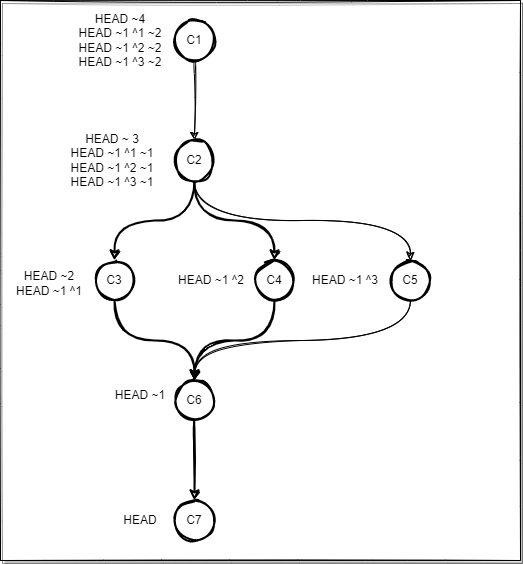
braboj/tutorial-git keeps this draw.io diagram as Assets/images/git-selectors.png. Above is the earlier version. Source tidied: cells renumbered, new cells last; positions are measured from the earlier drawing's top-left corner, leaving out a move shared by most shapes. Its diagram source:
```xml
<mxGraphModel>
  <root>
    <mxCell id="0" />
    <mxCell id="1" parent="0" />
    <mxCell id="2" style="whiteSpace=wrap;html=1;shadow=1;fillStyle=auto;sketch=1;" parent="1" vertex="1">
      <mxGeometry width="520" height="560" as="geometry" />
    </mxCell>
    <mxCell id="3" style="edgeStyle=orthogonalEdgeStyle;jettySize=auto;html=1;exitX=0.5;exitY=1;exitDx=0;exitDy=0;sketch=1;curved=1;" parent="1" edge="1" source="15" target="7">
      <mxGeometry relative="1" as="geometry" />
    </mxCell>
    <mxCell id="4" style="edgeStyle=orthogonalEdgeStyle;jettySize=auto;html=1;exitX=0.5;exitY=1;exitDx=0;exitDy=0;entryX=0.5;entryY=0;entryDx=0;entryDy=0;strokeWidth=2;sketch=1;curved=1;" parent="1" edge="1" source="7" target="11">
      <mxGeometry relative="1" as="geometry" />
    </mxCell>
    <mxCell id="5" style="edgeStyle=orthogonalEdgeStyle;jettySize=auto;html=1;entryX=0.5;entryY=0;entryDx=0;entryDy=0;exitX=0.5;exitY=1;exitDx=0;exitDy=0;strokeWidth=2;sketch=1;curved=1;" parent="1" edge="1" source="7" target="9">
      <mxGeometry relative="1" as="geometry" />
    </mxCell>
    <mxCell id="6" style="edgeStyle=orthogonalEdgeStyle;jettySize=auto;html=1;entryX=0.5;entryY=0;entryDx=0;entryDy=0;exitX=0.5;exitY=1;exitDx=0;exitDy=0;sketch=1;curved=1;" parent="1" edge="1" source="7" target="23">
      <mxGeometry relative="1" as="geometry" />
    </mxCell>
    <mxCell id="7" value="C2" style="ellipse;whiteSpace=wrap;html=1;strokeWidth=2;shadow=0;sketch=1;" parent="1" vertex="1">
      <mxGeometry x="174" y="140" width="40" height="40" as="geometry" />
    </mxCell>
    <mxCell id="8" style="edgeStyle=orthogonalEdgeStyle;jettySize=auto;html=1;exitX=0.5;exitY=1;exitDx=0;exitDy=0;strokeWidth=2;sketch=1;curved=1;" parent="1" edge="1" source="9" target="13">
      <mxGeometry relative="1" as="geometry" />
    </mxCell>
    <mxCell id="9" value="C3" style="ellipse;whiteSpace=wrap;html=1;strokeWidth=2;sketch=1;" parent="1" vertex="1">
      <mxGeometry x="94" y="260" width="40" height="40" as="geometry" />
    </mxCell>
    <mxCell id="10" style="edgeStyle=orthogonalEdgeStyle;jettySize=auto;html=1;exitX=0.5;exitY=1;exitDx=0;exitDy=0;strokeWidth=2;sketch=1;curved=1;" parent="1" edge="1" source="11">
      <mxGeometry relative="1" as="geometry">
        <mxPoint x="194" y="380" as="targetPoint" />
      </mxGeometry>
    </mxCell>
    <mxCell id="11" value="C4" style="ellipse;whiteSpace=wrap;html=1;strokeWidth=2;sketch=1;" parent="1" vertex="1">
      <mxGeometry x="254" y="260" width="40" height="40" as="geometry" />
    </mxCell>
    <mxCell id="12" style="edgeStyle=orthogonalEdgeStyle;jettySize=auto;html=1;strokeWidth=2;sketch=1;curved=1;" parent="1" edge="1" source="13" target="14">
      <mxGeometry relative="1" as="geometry" />
    </mxCell>
    <mxCell id="13" value="C6" style="ellipse;whiteSpace=wrap;html=1;strokeWidth=2;sketch=1;" parent="1" vertex="1">
      <mxGeometry x="174" y="380" width="40" height="40" as="geometry" />
    </mxCell>
    <mxCell id="14" value="C7" style="ellipse;whiteSpace=wrap;html=1;strokeWidth=2;sketch=1;" parent="1" vertex="1">
      <mxGeometry x="174" y="500" width="40" height="40" as="geometry" />
    </mxCell>
    <mxCell id="15" value="C1" style="ellipse;whiteSpace=wrap;html=1;strokeWidth=2;shadow=0;sketch=1;" parent="1" vertex="1">
      <mxGeometry x="174" y="20" width="40" height="40" as="geometry" />
    </mxCell>
    <mxCell id="16" value="HEAD" style="text;html=1;strokeColor=none;fillColor=none;align=center;verticalAlign=middle;whiteSpace=wrap;sketch=1;" parent="1" vertex="1">
      <mxGeometry x="110" y="505" width="60" height="30" as="geometry" />
    </mxCell>
    <mxCell id="17" value="HEAD ~1" style="text;html=1;strokeColor=none;fillColor=none;align=center;verticalAlign=middle;whiteSpace=wrap;sketch=1;" parent="1" vertex="1">
      <mxGeometry x="110" y="380" width="60" height="30" as="geometry" />
    </mxCell>
    <mxCell id="18" value="HEAD ~2&lt;br&gt;HEAD ~1 ^1" style="text;html=1;strokeColor=none;fillColor=none;align=center;verticalAlign=middle;whiteSpace=wrap;sketch=1;" parent="1" vertex="1">
      <mxGeometry x="4" y="265" width="90" height="35" as="geometry" />
    </mxCell>
    <mxCell id="19" value="HEAD ~1 ^2" style="text;html=1;strokeColor=none;fillColor=none;align=center;verticalAlign=middle;whiteSpace=wrap;sketch=1;" parent="1" vertex="1">
      <mxGeometry x="174" y="265" width="74" height="30" as="geometry" />
    </mxCell>
    <mxCell id="20" value="HEAD ~ 3&lt;br&gt;HEAD ~1 ^1 ~1&lt;br&gt;HEAD ~1 ^2 ~1&lt;br&gt;HEAD ~1 ^3 ~1" style="text;html=1;strokeColor=none;fillColor=none;align=center;verticalAlign=middle;whiteSpace=wrap;sketch=1;" parent="1" vertex="1">
      <mxGeometry x="60" y="130" width="104" height="60" as="geometry" />
    </mxCell>
    <mxCell id="21" value="HEAD ~4&lt;br&gt;HEAD ~1 ^1 ~2&lt;br&gt;HEAD ~1 ^2 ~2&lt;br&gt;HEAD ~1 ^3 ~2" style="text;html=1;strokeColor=none;fillColor=none;align=center;verticalAlign=middle;whiteSpace=wrap;sketch=1;" parent="1" vertex="1">
      <mxGeometry x="70" y="10" width="100" height="60" as="geometry" />
    </mxCell>
    <mxCell id="22" style="edgeStyle=orthogonalEdgeStyle;jettySize=auto;html=1;entryX=0.5;entryY=0;entryDx=0;entryDy=0;sketch=1;curved=1;" parent="1" edge="1" source="23" target="13">
      <mxGeometry relative="1" as="geometry">
        <Array as="points">
          <mxPoint x="410" y="340" />
          <mxPoint x="194" y="340" />
        </Array>
      </mxGeometry>
    </mxCell>
    <mxCell id="23" value="C5" style="ellipse;whiteSpace=wrap;html=1;strokeWidth=2;sketch=1;" parent="1" vertex="1">
      <mxGeometry x="390" y="260" width="40" height="40" as="geometry" />
    </mxCell>
    <mxCell id="24" value="HEAD ~1 ^3" style="text;html=1;strokeColor=none;fillColor=none;align=center;verticalAlign=middle;whiteSpace=wrap;sketch=1;" parent="1" vertex="1">
      <mxGeometry x="310" y="265" width="70" height="30" as="geometry" />
    </mxCell>
  </root>
</mxGraphModel>
```
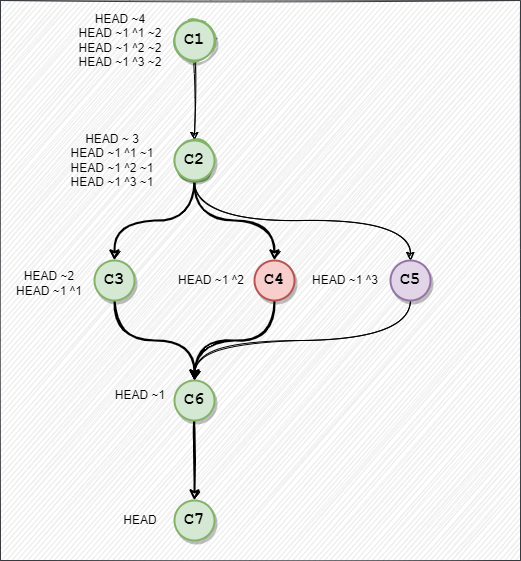
The same diagram one commit later.

Diff of the diagram source:
```diff
@@ -2,48 +2,48 @@
   <root>
     <mxCell id="0" />
     <mxCell id="1" parent="0" />
-    <mxCell id="2" style="whiteSpace=wrap;html=1;shadow=1;fillStyle=auto;sketch=1;" parent="1" vertex="1">
-      <mxGeometry width="520" height="560" as="geometry" />
-    </mxCell>
+    <mxCell id="25" style="whiteSpace=wrap;html=1;shadow=0;fillStyle=auto;sketch=1;fillColor=#eeeeee;strokeColor=#36393d;glass=0;" parent="1" vertex="1">
+      <mxGeometry width="520" height="560" as="geometry" />
+    </mxCell>
-    <mxCell id="3" style="edgeStyle=orthogonalEdgeStyle;jettySize=auto;html=1;exitX=0.5;exitY=1;exitDx=0;exitDy=0;sketch=1;curved=1;" parent="1" edge="1" source="15" target="7">
+    <mxCell id="3" style="edgeStyle=orthogonalEdgeStyle;jettySize=auto;html=1;exitX=0.5;exitY=1;exitDx=0;exitDy=0;curved=1;sketch=1;" parent="1" edge="1" source="15" target="7">
       <mxGeometry relative="1" as="geometry" />
     </mxCell>
-    <mxCell id="4" style="edgeStyle=orthogonalEdgeStyle;jettySize=auto;html=1;exitX=0.5;exitY=1;exitDx=0;exitDy=0;entryX=0.5;entryY=0;entryDx=0;entryDy=0;strokeWidth=2;sketch=1;curved=1;" parent="1" edge="1" source="7" target="11">
+    <mxCell id="4" style="edgeStyle=orthogonalEdgeStyle;jettySize=auto;html=1;exitX=0.5;exitY=1;exitDx=0;exitDy=0;entryX=0.5;entryY=0;entryDx=0;entryDy=0;strokeWidth=2;curved=1;sketch=1;" parent="1" edge="1" source="7" target="11">
       <mxGeometry relative="1" as="geometry" />
     </mxCell>
-    <mxCell id="5" style="edgeStyle=orthogonalEdgeStyle;jettySize=auto;html=1;entryX=0.5;entryY=0;entryDx=0;entryDy=0;exitX=0.5;exitY=1;exitDx=0;exitDy=0;strokeWidth=2;sketch=1;curved=1;" parent="1" edge="1" source="7" target="9">
+    <mxCell id="5" style="edgeStyle=orthogonalEdgeStyle;jettySize=auto;html=1;entryX=0.5;entryY=0;entryDx=0;entryDy=0;exitX=0.5;exitY=1;exitDx=0;exitDy=0;strokeWidth=2;curved=1;sketch=1;" parent="1" edge="1" source="7" target="9">
       <mxGeometry relative="1" as="geometry" />
     </mxCell>
-    <mxCell id="6" style="edgeStyle=orthogonalEdgeStyle;jettySize=auto;html=1;entryX=0.5;entryY=0;entryDx=0;entryDy=0;exitX=0.5;exitY=1;exitDx=0;exitDy=0;sketch=1;curved=1;" parent="1" edge="1" source="7" target="23">
+    <mxCell id="6" style="edgeStyle=orthogonalEdgeStyle;jettySize=auto;html=1;entryX=0.5;entryY=0;entryDx=0;entryDy=0;exitX=0.5;exitY=1;exitDx=0;exitDy=0;curved=1;sketch=1;" parent="1" edge="1" source="7" target="23">
       <mxGeometry relative="1" as="geometry" />
     </mxCell>
-    <mxCell id="7" value="C2" style="ellipse;whiteSpace=wrap;html=1;strokeWidth=2;shadow=0;sketch=1;" parent="1" vertex="1">
+    <mxCell id="7" value="C2" style="ellipse;whiteSpace=wrap;html=1;strokeWidth=2;shadow=0;sketch=1;fillColor=#d5e8d4;strokeColor=#82b366;" parent="1" vertex="1">
       <mxGeometry x="174" y="140" width="40" height="40" as="geometry" />
     </mxCell>
-    <mxCell id="8" style="edgeStyle=orthogonalEdgeStyle;jettySize=auto;html=1;exitX=0.5;exitY=1;exitDx=0;exitDy=0;strokeWidth=2;sketch=1;curved=1;" parent="1" edge="1" source="9" target="13">
+    <mxCell id="8" style="edgeStyle=orthogonalEdgeStyle;jettySize=auto;html=1;exitX=0.5;exitY=1;exitDx=0;exitDy=0;strokeWidth=2;curved=1;sketch=1;" parent="1" edge="1" source="9" target="13">
       <mxGeometry relative="1" as="geometry" />
     </mxCell>
-    <mxCell id="9" value="C3" style="ellipse;whiteSpace=wrap;html=1;strokeWidth=2;sketch=1;" parent="1" vertex="1">
+    <mxCell id="9" value="C3" style="ellipse;whiteSpace=wrap;html=1;strokeWidth=2;sketch=0;fillColor=#d5e8d4;strokeColor=#82b366;shadow=1;fontFamily=Courier New;fontStyle=1;fontSize=17;" parent="1" vertex="1">
       <mxGeometry x="94" y="260" width="40" height="40" as="geometry" />
     </mxCell>
-    <mxCell id="10" style="edgeStyle=orthogonalEdgeStyle;jettySize=auto;html=1;exitX=0.5;exitY=1;exitDx=0;exitDy=0;strokeWidth=2;sketch=1;curved=1;" parent="1" edge="1" source="11">
+    <mxCell id="10" style="edgeStyle=orthogonalEdgeStyle;jettySize=auto;html=1;exitX=0.5;exitY=1;exitDx=0;exitDy=0;strokeWidth=2;curved=1;sketch=1;" parent="1" edge="1" source="11">
       <mxGeometry relative="1" as="geometry">
         <mxPoint x="194" y="380" as="targetPoint" />
       </mxGeometry>
     </mxCell>
-    <mxCell id="11" value="C4" style="ellipse;whiteSpace=wrap;html=1;strokeWidth=2;sketch=1;" parent="1" vertex="1">
+    <mxCell id="11" value="C4" style="ellipse;whiteSpace=wrap;html=1;strokeWidth=2;sketch=0;fillColor=#f8cecc;strokeColor=#b85450;fillStyle=hachure;shadow=1;fontFamily=Courier New;fontStyle=1;fontSize=17;" parent="1" vertex="1">
       <mxGeometry x="254" y="260" width="40" height="40" as="geometry" />
     </mxCell>
-    <mxCell id="12" style="edgeStyle=orthogonalEdgeStyle;jettySize=auto;html=1;strokeWidth=2;sketch=1;curved=1;" parent="1" edge="1" source="13" target="14">
+    <mxCell id="12" style="edgeStyle=orthogonalEdgeStyle;jettySize=auto;html=1;strokeWidth=2;curved=1;sketch=1;" parent="1" edge="1" source="13" target="14">
       <mxGeometry relative="1" as="geometry" />
     </mxCell>
-    <mxCell id="13" value="C6" style="ellipse;whiteSpace=wrap;html=1;strokeWidth=2;sketch=1;" parent="1" vertex="1">
+    <mxCell id="13" value="C6" style="ellipse;whiteSpace=wrap;html=1;strokeWidth=2;sketch=0;fillColor=#d5e8d4;strokeColor=#82b366;shadow=1;fontFamily=Courier New;fontStyle=1;fontSize=17;" parent="1" vertex="1">
       <mxGeometry x="174" y="380" width="40" height="40" as="geometry" />
     </mxCell>
-    <mxCell id="14" value="C7" style="ellipse;whiteSpace=wrap;html=1;strokeWidth=2;sketch=1;" parent="1" vertex="1">
+    <mxCell id="14" value="C7" style="ellipse;whiteSpace=wrap;html=1;strokeWidth=2;sketch=0;fillColor=#d5e8d4;strokeColor=#82b366;shadow=1;fontFamily=Courier New;fontStyle=1;fontSize=17;" parent="1" vertex="1">
       <mxGeometry x="174" y="500" width="40" height="40" as="geometry" />
     </mxCell>
-    <mxCell id="15" value="C1" style="ellipse;whiteSpace=wrap;html=1;strokeWidth=2;shadow=0;sketch=1;" parent="1" vertex="1">
+    <mxCell id="15" value="C1" style="ellipse;whiteSpace=wrap;html=1;strokeWidth=2;shadow=1;sketch=1;fillColor=#d5e8d4;strokeColor=#82b366;fontStyle=1;fontSize=14;fontFamily=Courier New;" parent="1" vertex="1">
       <mxGeometry x="174" y="20" width="40" height="40" as="geometry" />
     </mxCell>
     <mxCell id="16" value="HEAD" style="text;html=1;strokeColor=none;fillColor=none;align=center;verticalAlign=middle;whiteSpace=wrap;sketch=1;" parent="1" vertex="1">
@@ -64,7 +64,7 @@
     <mxCell id="21" value="HEAD ~4&lt;br&gt;HEAD ~1 ^1 ~2&lt;br&gt;HEAD ~1 ^2 ~2&lt;br&gt;HEAD ~1 ^3 ~2" style="text;html=1;strokeColor=none;fillColor=none;align=center;verticalAlign=middle;whiteSpace=wrap;sketch=1;" parent="1" vertex="1">
       <mxGeometry x="70" y="10" width="100" height="60" as="geometry" />
     </mxCell>
-    <mxCell id="22" style="edgeStyle=orthogonalEdgeStyle;jettySize=auto;html=1;entryX=0.5;entryY=0;entryDx=0;entryDy=0;sketch=1;curved=1;" parent="1" edge="1" source="23" target="13">
+    <mxCell id="22" style="edgeStyle=orthogonalEdgeStyle;jettySize=auto;html=1;entryX=0.5;entryY=0;entryDx=0;entryDy=0;curved=1;sketch=1;" parent="1" edge="1" source="23" target="13">
       <mxGeometry relative="1" as="geometry">
         <Array as="points">
           <mxPoint x="410" y="340" />
@@ -72,11 +72,17 @@
         </Array>
       </mxGeometry>
     </mxCell>
-    <mxCell id="23" value="C5" style="ellipse;whiteSpace=wrap;html=1;strokeWidth=2;sketch=1;" parent="1" vertex="1">
+    <mxCell id="23" value="C5" style="ellipse;whiteSpace=wrap;html=1;strokeWidth=2;sketch=0;fillColor=#e1d5e7;strokeColor=#9673a6;shadow=1;fontFamily=Courier New;fontStyle=1;fontSize=17;" parent="1" vertex="1">
       <mxGeometry x="390" y="260" width="40" height="40" as="geometry" />
     </mxCell>
     <mxCell id="24" value="HEAD ~1 ^3" style="text;html=1;strokeColor=none;fillColor=none;align=center;verticalAlign=middle;whiteSpace=wrap;sketch=1;" parent="1" vertex="1">
       <mxGeometry x="310" y="265" width="70" height="30" as="geometry" />
     </mxCell>
+    <mxCell id="26" value="C1" style="ellipse;whiteSpace=wrap;html=1;strokeWidth=2;shadow=0;sketch=0;fillColor=#d5e8d4;strokeColor=#82b366;fontStyle=1;fontSize=17;fontFamily=Courier New;" parent="1" vertex="1">
+      <mxGeometry x="174" y="20" width="40" height="40" as="geometry" />
+    </mxCell>
+    <mxCell id="27" value="C2" style="ellipse;whiteSpace=wrap;html=1;strokeWidth=2;shadow=1;sketch=0;fillColor=#d5e8d4;strokeColor=#82b366;fontFamily=Courier New;fontStyle=1;fontSize=17;" parent="1" vertex="1">
+      <mxGeometry x="174" y="140" width="40" height="40" as="geometry" />
+    </mxCell>
   </root>
 </mxGraphModel>
```
